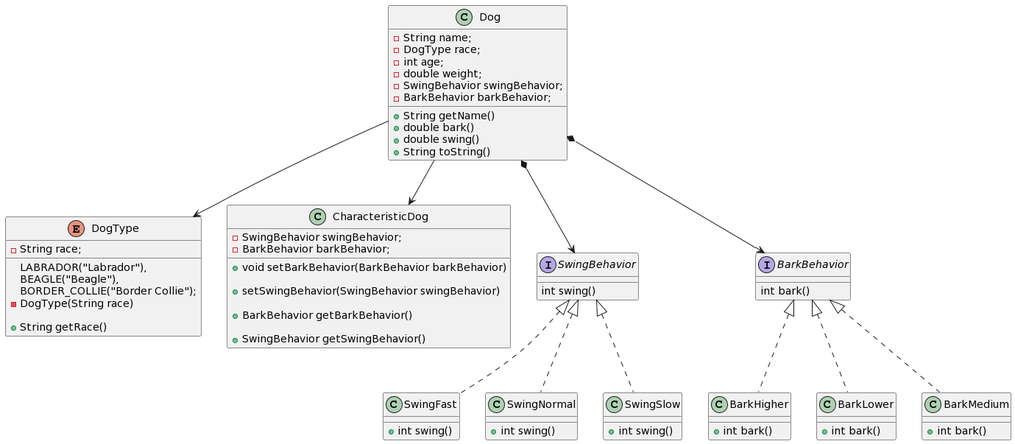
This is Engenharia de Software III/Imagens/diagrama_classe_strategy2.png from Jennyads/Bertoti, a PlantUML export, as it was before one commit. The source it was exported from:
```plantuml
@startuml
class Dog {
    -String name;
    -DogType race;
    -int age;
    -double weight;
    -SwingBehavior swingBehavior;
    -BarkBehavior barkBehavior;

    +String getName()
    +double bark()
    +double swing()
    +String toString()
}

enum DogType {

    LABRADOR("Labrador"),
    BEAGLE("Beagle"),
    BORDER_COLLIE("Border Collie");

    -String race;

    -DogType(String race)

    +String getRace()
}

Dog-->DogType

class CharacteristicDog {

    -SwingBehavior swingBehavior;
    -BarkBehavior barkBehavior;


    +void setBarkBehavior(BarkBehavior barkBehavior)

    +setSwingBehavior(SwingBehavior swingBehavior)

    +BarkBehavior getBarkBehavior()

    +SwingBehavior getSwingBehavior()

}

Dog-->CharacteristicDog

interface SwingBehavior {

    int swing()

}
Dog*-->SwingBehavior

interface BarkBehavior {

   int bark()
}
Dog*-->BarkBehavior

class BarkHigher implements BarkBehavior{
    +int bark()
}
class BarkLower implements BarkBehavior{


    +int bark()
}

class BarkMedium implements BarkBehavior{

    +int bark()

}
class SwingFast implements SwingBehavior{


    +int swing()
}
class SwingNormal implements SwingBehavior{

    +int swing()
}
class SwingSlow implements SwingBehavior{

    +int swing()
}
@enduml
```
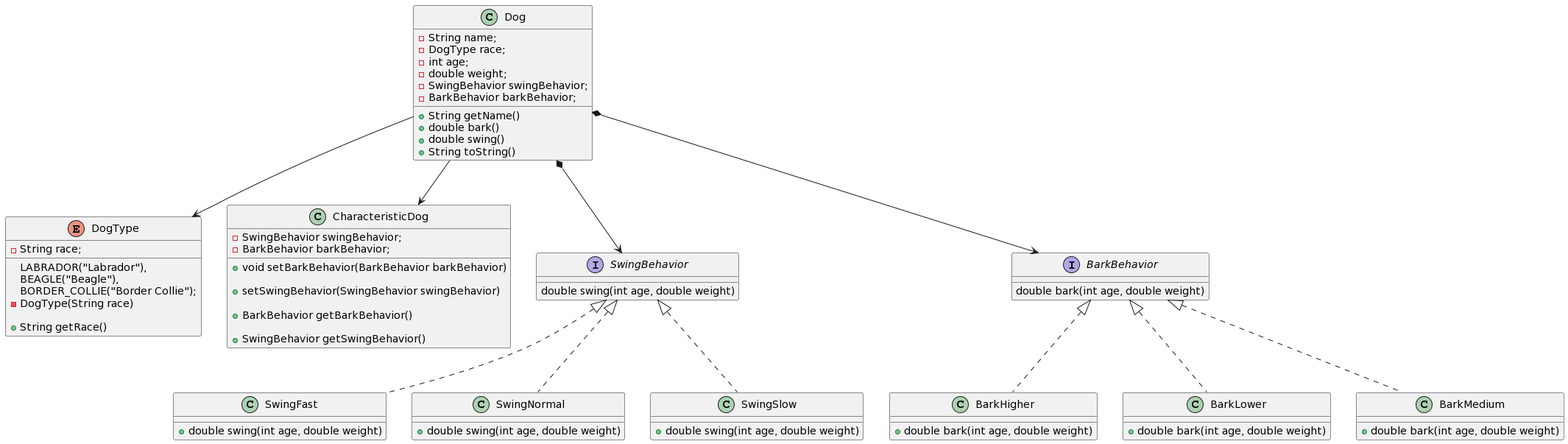
The same diagram one commit later.

Commit message:
adiciona diagrama

What changed in the source:
```diff
@@ -48,42 +48,39 @@
 
 interface SwingBehavior {
 
-    int swing()
+    double swing(int age, double weight)
 
+}
+class SwingFast implements SwingBehavior{
+
+    +double swing(int age, double weight)
+}
+class SwingNormal implements SwingBehavior{
+
+    +double swing(int age, double weight)
+}
+class SwingSlow implements SwingBehavior{
+
+    +double swing(int age, double weight)
 }
 Dog*-->SwingBehavior
 
 interface BarkBehavior {
 
-   int bark()
+    double bark(int age, double weight)
 }
 Dog*-->BarkBehavior
 
 class BarkHigher implements BarkBehavior{
-    +int bark()
+    +double bark(int age, double weight)
 }
 class BarkLower implements BarkBehavior{
-
-
-    +int bark()
+    +double bark(int age, double weight)
 }
 
 class BarkMedium implements BarkBehavior{
 
-    +int bark()
+    +double bark(int age, double weight)
 
 }
-class SwingFast implements SwingBehavior{
-
-
-    +int swing()
-}
-class SwingNormal implements SwingBehavior{
-
-    +int swing()
-}
-class SwingSlow implements SwingBehavior{
-
-    +int swing()
-}
 @enduml
```
